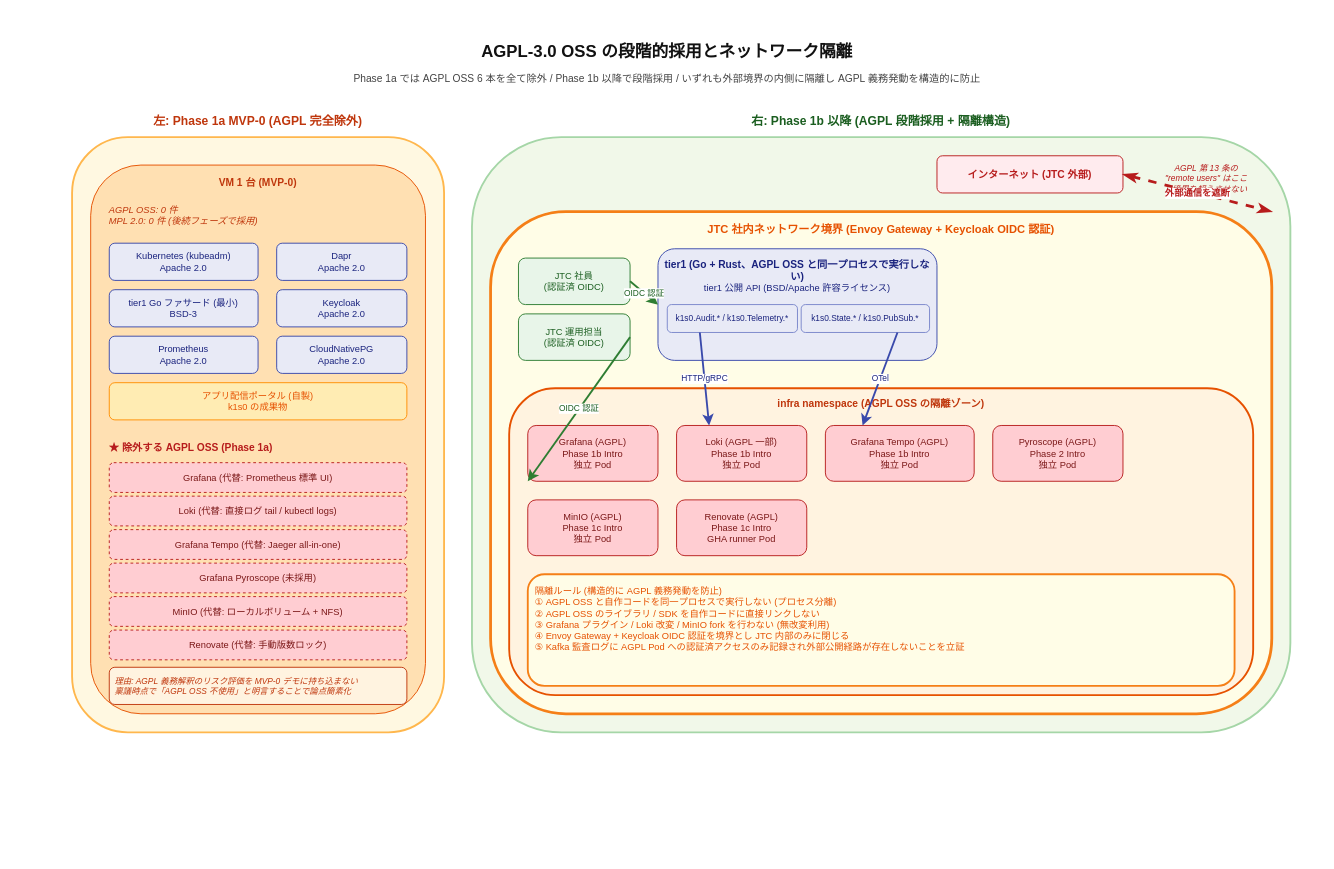
This is docs/02_構想設計/05_法務とコンプライアンス/img/AGPL隔離図.drawio from RyuheiKiso/k1s0, a draw.io file, before an edit. Source tidied: cells renumbered, new cells numbered last; positions are measured from the earlier drawing's top-left corner, leaving out a move shared by most shapes. Both pictures are drawn from the tidied source at 93%, with x=0, y=0 at pixel (16, 16).
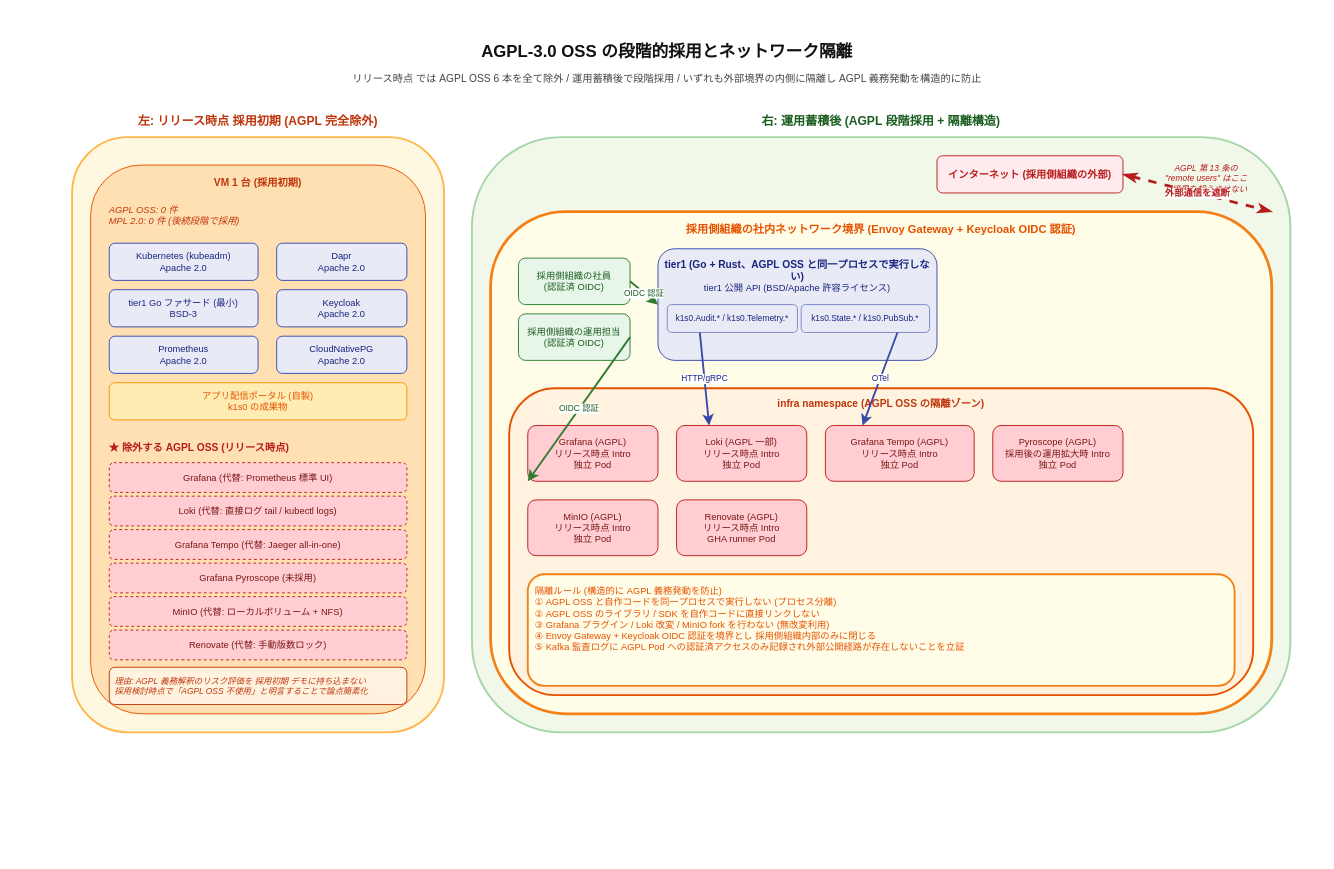
Above is the later version.

Change to the diagram source:
```diff
@@
-    <mxCell id="4" value="Phase 1a では AGPL OSS 6 本を全て除外 / Phase 1b 以降で段階採用 / いずれも外部境界の内側に隔離し AGPL 義務発動を構造的に防止" style="text;html=1;strokeColor=none;fillColor=none;align=center;verticalAlign=middle;whiteSpace=wrap;rounded=0;fontSize=11;fontColor=#444444;" parent="1" vertex="1">
+    <mxCell id="4" value="リリース時点 では AGPL OSS 6 本を全て除外 / 運用蓄積後で段階採用 / いずれも外部境界の内側に隔離し AGPL 義務発動を構造的に防止" style="text;html=1;strokeColor=none;fillColor=none;align=center;verticalAlign=middle;whiteSpace=wrap;rounded=0;fontSize=11;fontColor=#444444;" parent="1" vertex="1">
       <mxGeometry x="100" y="56" width="1200" height="22" as="geometry" />
     </mxCell>
-    <mxCell id="5" value="左: Phase 1a MVP-0 (AGPL 完全除外)" style="text;html=1;strokeColor=none;fillColor=none;align=center;verticalAlign=middle;whiteSpace=wrap;rounded=0;fontSize=13;fontStyle=1;fontColor=#BF360C;" parent="1" vertex="1">
+    <mxCell id="5" value="左: リリース時点 採用初期 (AGPL 完全除外)" style="text;html=1;strokeColor=none;fillColor=none;align=center;verticalAlign=middle;whiteSpace=wrap;rounded=0;fontSize=13;fontStyle=1;fontColor=#BF360C;" parent="1" vertex="1">
       <mxGeometry x="60" y="100" width="400" height="24" as="geometry" />
     </mxCell>
@@
-    <mxCell id="7" value="VM 1 台 (MVP-0)" style="rounded=1;whiteSpace=wrap;html=1;fillColor=#FFE0B2;strokeColor=#E65100;fontSize=11;fontStyle=1;fontColor=#BF360C;verticalAlign=top;spacing=8;" parent="1" vertex="1">
+    <mxCell id="7" value="VM 1 台 (採用初期)" style="rounded=1;whiteSpace=wrap;html=1;fillColor=#FFE0B2;strokeColor=#E65100;fontSize=11;fontStyle=1;fontColor=#BF360C;verticalAlign=top;spacing=8;" parent="1" vertex="1">
       <mxGeometry x="80" y="160" width="360" height="590" as="geometry" />
     </mxCell>
-    <mxCell id="8" value="AGPL OSS: 0 件&#10;MPL 2.0: 0 件 (後続フェーズで採用)" style="text;html=1;strokeColor=none;fillColor=none;align=left;verticalAlign=middle;whiteSpace=wrap;rounded=0;fontSize=10;fontColor=#BF360C;fontStyle=2;" parent="1" vertex="1">
+    <mxCell id="8" value="AGPL OSS: 0 件&#10;MPL 2.0: 0 件 (後続段階で採用)" style="text;html=1;strokeColor=none;fillColor=none;align=left;verticalAlign=middle;whiteSpace=wrap;rounded=0;fontSize=10;fontColor=#BF360C;fontStyle=2;" parent="1" vertex="1">
       <mxGeometry x="98" y="194" width="320" height="40" as="geometry" />
     </mxCell>
@@
-    <mxCell id="16" value="★ 除外する AGPL OSS (Phase 1a)" style="text;html=1;strokeColor=none;fillColor=none;align=left;verticalAlign=middle;whiteSpace=wrap;rounded=0;fontSize=11;fontStyle=1;fontColor=#B71C1C;" parent="1" vertex="1">
+    <mxCell id="16" value="★ 除外する AGPL OSS (リリース時点)" style="text;html=1;strokeColor=none;fillColor=none;align=left;verticalAlign=middle;whiteSpace=wrap;rounded=0;fontSize=11;fontStyle=1;fontColor=#B71C1C;" parent="1" vertex="1">
       <mxGeometry x="98" y="452" width="324" height="24" as="geometry" />
     </mxCell>
@@
-    <mxCell id="23" value="理由: AGPL 義務解釈のリスク評価を MVP-0 デモに持ち込まない&#10;稟議時点で「AGPL OSS 不使用」と明言することで論点簡素化" style="text;html=1;strokeColor=#BF360C;fillColor=#FFF3E0;align=left;verticalAlign=middle;whiteSpace=wrap;rounded=1;fontSize=9;fontColor=#BF360C;fontStyle=2;spacing=6;" parent="1" vertex="1">
+    <mxCell id="23" value="理由: AGPL 義務解釈のリスク評価を 採用初期 デモに持ち込まない&#10;採用検討時点で「AGPL OSS 不使用」と明言することで論点簡素化" style="text;html=1;strokeColor=#BF360C;fillColor=#FFF3E0;align=left;verticalAlign=middle;whiteSpace=wrap;rounded=1;fontSize=9;fontColor=#BF360C;fontStyle=2;spacing=6;" parent="1" vertex="1">
       <mxGeometry x="100" y="700" width="320" height="40" as="geometry" />
     </mxCell>
-    <mxCell id="24" value="右: Phase 1b 以降 (AGPL 段階採用 + 隔離構造)" style="text;html=1;strokeColor=none;fillColor=none;align=center;verticalAlign=middle;whiteSpace=wrap;rounded=0;fontSize=13;fontStyle=1;fontColor=#1B5E20;" parent="1" vertex="1">
+    <mxCell id="24" value="右: 運用蓄積後 (AGPL 段階採用 + 隔離構造)" style="text;html=1;strokeColor=none;fillColor=none;align=center;verticalAlign=middle;whiteSpace=wrap;rounded=0;fontSize=13;fontStyle=1;fontColor=#1B5E20;" parent="1" vertex="1">
       <mxGeometry x="490" y="100" width="880" height="24" as="geometry" />
     </mxCell>
@@
-    <mxCell id="26" value="インターネット (JTC 外部)" style="rounded=1;whiteSpace=wrap;html=1;fillColor=#FFEBEE;strokeColor=#B71C1C;fontSize=11;fontStyle=1;fontColor=#B71C1C;" parent="1" vertex="1">
+    <mxCell id="26" value="インターネット (採用側組織の外部)" style="rounded=1;whiteSpace=wrap;html=1;fillColor=#FFEBEE;strokeColor=#B71C1C;fontSize=11;fontStyle=1;fontColor=#B71C1C;" parent="1" vertex="1">
       <mxGeometry x="990" y="150" width="200" height="40" as="geometry" />
     </mxCell>
@@
-    <mxCell id="28" value="JTC 社内ネットワーク境界 (Envoy Gateway + Keycloak OIDC 認証)" style="rounded=1;whiteSpace=wrap;html=1;fillColor=#FFFDE7;strokeColor=#F57F17;strokeWidth=3;fontSize=12;fontStyle=1;fontColor=#E65100;verticalAlign=top;spacing=8;" parent="1" vertex="1">
+    <mxCell id="28" value="採用側組織の社内ネットワーク境界 (Envoy Gateway + Keycloak OIDC 認証)" style="rounded=1;whiteSpace=wrap;html=1;fillColor=#FFFDE7;strokeColor=#F57F17;strokeWidth=3;fontSize=12;fontStyle=1;fontColor=#E65100;verticalAlign=top;spacing=8;" parent="1" vertex="1">
       <mxGeometry x="510" y="210" width="840" height="540" as="geometry" />
     </mxCell>
-    <mxCell id="29" value="JTC 社員&#10;(認証済 OIDC)" style="rounded=1;whiteSpace=wrap;html=1;fillColor=#E8F5E9;strokeColor=#2E7D32;fontSize=10;fontColor=#1B5E20;" parent="1" vertex="1">
+    <mxCell id="29" value="採用側組織の社員&#10;(認証済 OIDC)" style="rounded=1;whiteSpace=wrap;html=1;fillColor=#E8F5E9;strokeColor=#2E7D32;fontSize=10;fontColor=#1B5E20;" parent="1" vertex="1">
       <mxGeometry x="540" y="260" width="120" height="50" as="geometry" />
     </mxCell>
-    <mxCell id="30" value="JTC 運用担当&#10;(認証済 OIDC)" style="rounded=1;whiteSpace=wrap;html=1;fillColor=#E8F5E9;strokeColor=#2E7D32;fontSize=10;fontColor=#1B5E20;" parent="1" vertex="1">
+    <mxCell id="30" value="採用側組織の運用担当&#10;(認証済 OIDC)" style="rounded=1;whiteSpace=wrap;html=1;fillColor=#E8F5E9;strokeColor=#2E7D32;fontSize=10;fontColor=#1B5E20;" parent="1" vertex="1">
       <mxGeometry x="540" y="320" width="120" height="50" as="geometry" />
     </mxCell>
@@
-    <mxCell id="36" value="Grafana (AGPL)&#10;Phase 1b Intro&#10;独立 Pod" style="rounded=1;whiteSpace=wrap;html=1;fillColor=#FFCDD2;strokeColor=#B71C1C;fontSize=10;fontColor=#7B1818;" parent="1" vertex="1">
+    <mxCell id="36" value="Grafana (AGPL)&#10;リリース時点 Intro&#10;独立 Pod" style="rounded=1;whiteSpace=wrap;html=1;fillColor=#FFCDD2;strokeColor=#B71C1C;fontSize=10;fontColor=#7B1818;" parent="1" vertex="1">
       <mxGeometry x="550" y="440" width="140" height="60" as="geometry" />
     </mxCell>
-    <mxCell id="37" value="Loki (AGPL 一部)&#10;Phase 1b Intro&#10;独立 Pod" style="rounded=1;whiteSpace=wrap;html=1;fillColor=#FFCDD2;strokeColor=#B71C1C;fontSize=10;fontColor=#7B1818;" parent="1" vertex="1">
+    <mxCell id="37" value="Loki (AGPL 一部)&#10;リリース時点 Intro&#10;独立 Pod" style="rounded=1;whiteSpace=wrap;html=1;fillColor=#FFCDD2;strokeColor=#B71C1C;fontSize=10;fontColor=#7B1818;" parent="1" vertex="1">
       <mxGeometry x="710" y="440" width="140" height="60" as="geometry" />
     </mxCell>
-    <mxCell id="38" value="Grafana Tempo (AGPL)&#10;Phase 1b Intro&#10;独立 Pod" style="rounded=1;whiteSpace=wrap;html=1;fillColor=#FFCDD2;strokeColor=#B71C1C;fontSize=10;fontColor=#7B1818;" parent="1" vertex="1">
+    <mxCell id="38" value="Grafana Tempo (AGPL)&#10;リリース時点 Intro&#10;独立 Pod" style="rounded=1;whiteSpace=wrap;html=1;fillColor=#FFCDD2;strokeColor=#B71C1C;fontSize=10;fontColor=#7B1818;" parent="1" vertex="1">
       <mxGeometry x="870" y="440" width="160" height="60" as="geometry" />
     </mxCell>
-    <mxCell id="39" value="Pyroscope (AGPL)&#10;Phase 2 Intro&#10;独立 Pod" style="rounded=1;whiteSpace=wrap;html=1;fillColor=#FFCDD2;strokeColor=#B71C1C;fontSize=10;fontColor=#7B1818;" parent="1" vertex="1">
+    <mxCell id="39" value="Pyroscope (AGPL)&#10;採用後の運用拡大時 Intro&#10;独立 Pod" style="rounded=1;whiteSpace=wrap;html=1;fillColor=#FFCDD2;strokeColor=#B71C1C;fontSize=10;fontColor=#7B1818;" parent="1" vertex="1">
       <mxGeometry x="1050" y="440" width="140" height="60" as="geometry" />
     </mxCell>
-    <mxCell id="40" value="MinIO (AGPL)&#10;Phase 1c Intro&#10;独立 Pod" style="rounded=1;whiteSpace=wrap;html=1;fillColor=#FFCDD2;strokeColor=#B71C1C;fontSize=10;fontColor=#7B1818;" parent="1" vertex="1">
+    <mxCell id="40" value="MinIO (AGPL)&#10;リリース時点 Intro&#10;独立 Pod" style="rounded=1;whiteSpace=wrap;html=1;fillColor=#FFCDD2;strokeColor=#B71C1C;fontSize=10;fontColor=#7B1818;" parent="1" vertex="1">
       <mxGeometry x="550" y="520" width="140" height="60" as="geometry" />
     </mxCell>
-    <mxCell id="41" value="Renovate (AGPL)&#10;Phase 1c Intro&#10;GHA runner Pod" style="rounded=1;whiteSpace=wrap;html=1;fillColor=#FFCDD2;strokeColor=#B71C1C;fontSize=10;fontColor=#7B1818;" parent="1" vertex="1">
+    <mxCell id="41" value="Renovate (AGPL)&#10;リリース時点 Intro&#10;GHA runner Pod" style="rounded=1;whiteSpace=wrap;html=1;fillColor=#FFCDD2;strokeColor=#B71C1C;fontSize=10;fontColor=#7B1818;" parent="1" vertex="1">
       <mxGeometry x="710" y="520" width="140" height="60" as="geometry" />
     </mxCell>
-    <mxCell id="42" value="隔離ルール (構造的に AGPL 義務発動を防止)&#10;① AGPL OSS と自作コードを同一プロセスで実行しない (プロセス分離)&#10;② AGPL OSS のライブラリ / SDK を自作コードに直接リンクしない&#10;③ Grafana プラグイン / Loki 改変 / MinIO fork を行わない (無改変利用)&#10;④ Envoy Gateway + Keycloak OIDC 認証を境界とし JTC 内部のみに閉じる&#10;⑤ Kafka 監査ログに AGPL Pod への認証済アクセスのみ記録され外部公開経路が存在しないことを立証" style="rounded=1;whiteSpace=wrap;html=1;fillColor=#FFFDE7;strokeColor=#F57F17;fontSize=10;fontColor=#E65100;verticalAlign=top;align=left;spacing=8;strokeWidth=2;" parent="1" vertex="1">
+    <mxCell id="42" value="隔離ルール (構造的に AGPL 義務発動を防止)&#10;① AGPL OSS と自作コードを同一プロセスで実行しない (プロセス分離)&#10;② AGPL OSS のライブラリ / SDK を自作コードに直接リンクしない&#10;③ Grafana プラグイン / Loki 改変 / MinIO fork を行わない (無改変利用)&#10;④ Envoy Gateway + Keycloak OIDC 認証を境界とし 採用側組織内部のみに閉じる&#10;⑤ Kafka 監査ログに AGPL Pod への認証済アクセスのみ記録され外部公開経路が存在しないことを立証" style="rounded=1;whiteSpace=wrap;html=1;fillColor=#FFFDE7;strokeColor=#F57F17;fontSize=10;fontColor=#E65100;verticalAlign=top;align=left;spacing=8;strokeWidth=2;" parent="1" vertex="1">
       <mxGeometry x="550" y="600" width="760" height="120" as="geometry" />
     </mxCell>
```
